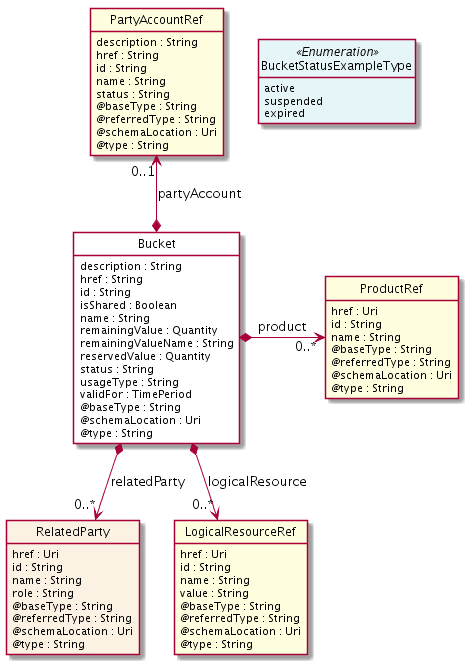
The PlantUML diagram apis/TMF654_PrepayBalance/documentation/diagrams/Resource_Bucket.png in tmforum-apis/Open_Api_And_Data_Model, before a commit.
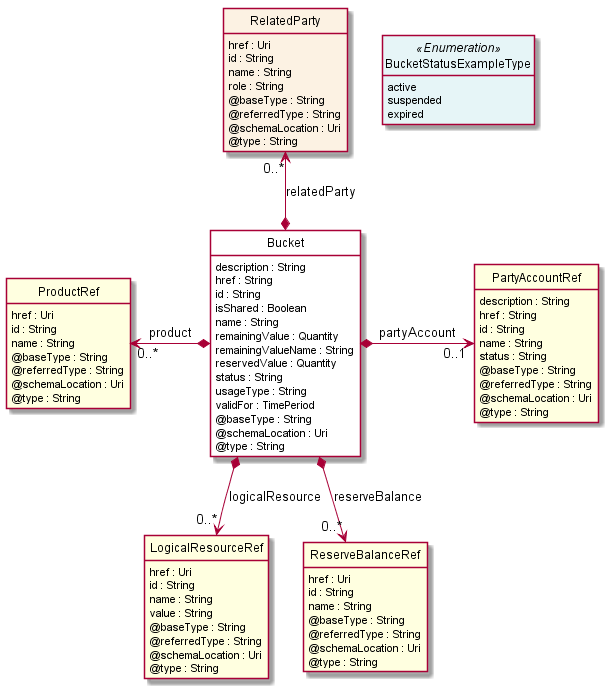
Above is the later version.

The edit, as a diff of the source:
```diff
@@ -65,6 +65,16 @@
     @type : String
 }
 
+class ReserveBalanceRef  <<Ref>> {
+    href : Uri
+    id : String
+    name : String
+    @baseType : String
+    @referredType : String
+    @schemaLocation : Uri
+    @type : String
+}
+
 class PartyAccountRef  <<Ref>> {
     description : String
     href : String
@@ -77,12 +87,14 @@
     @type : String
 }
 
-Bucket *-right-> "0..*" ProductRef : product
+ProductRef "0..*" <-left-* Bucket : product
 
-PartyAccountRef "0..1" <--* Bucket : partyAccount
+Bucket *-right-> "0..1" PartyAccountRef : partyAccount
 
-Bucket *-->  "0..*" RelatedParty : relatedParty
+RelatedParty "0..*" <--* Bucket : relatedParty
 
 Bucket *-->  "0..*" LogicalResourceRef : logicalResource
 
+Bucket *-->  "0..*" ReserveBalanceRef : reserveBalance
+
 @enduml
```
